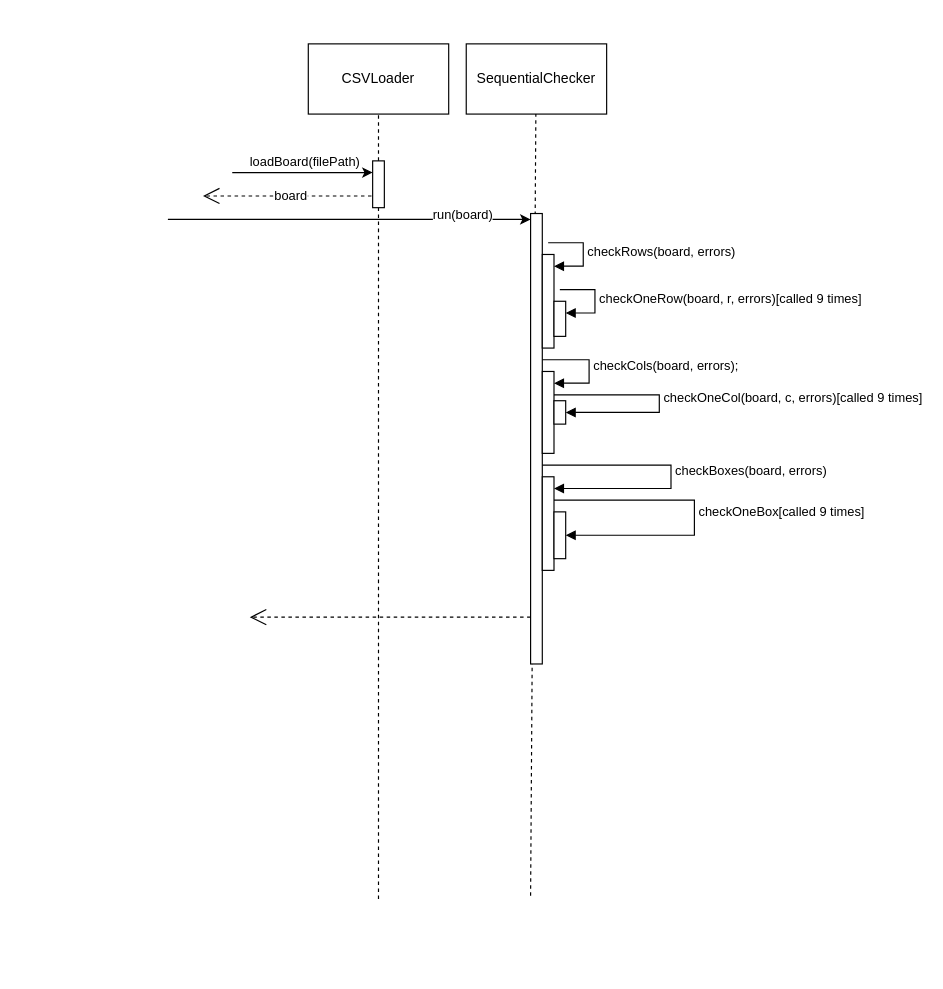
asmaa580/Lab9 keeps this draw.io diagram as mode0Sequence.drawio. Above is the earlier version. Source tidied: cells renumbered, new cells numbered last; positions are measured from the earlier drawing's top-left corner, leaving out a move shared by most shapes. Both pictures are drawn from the tidied source at 117%, with x=0, y=0 at pixel (167, 43).
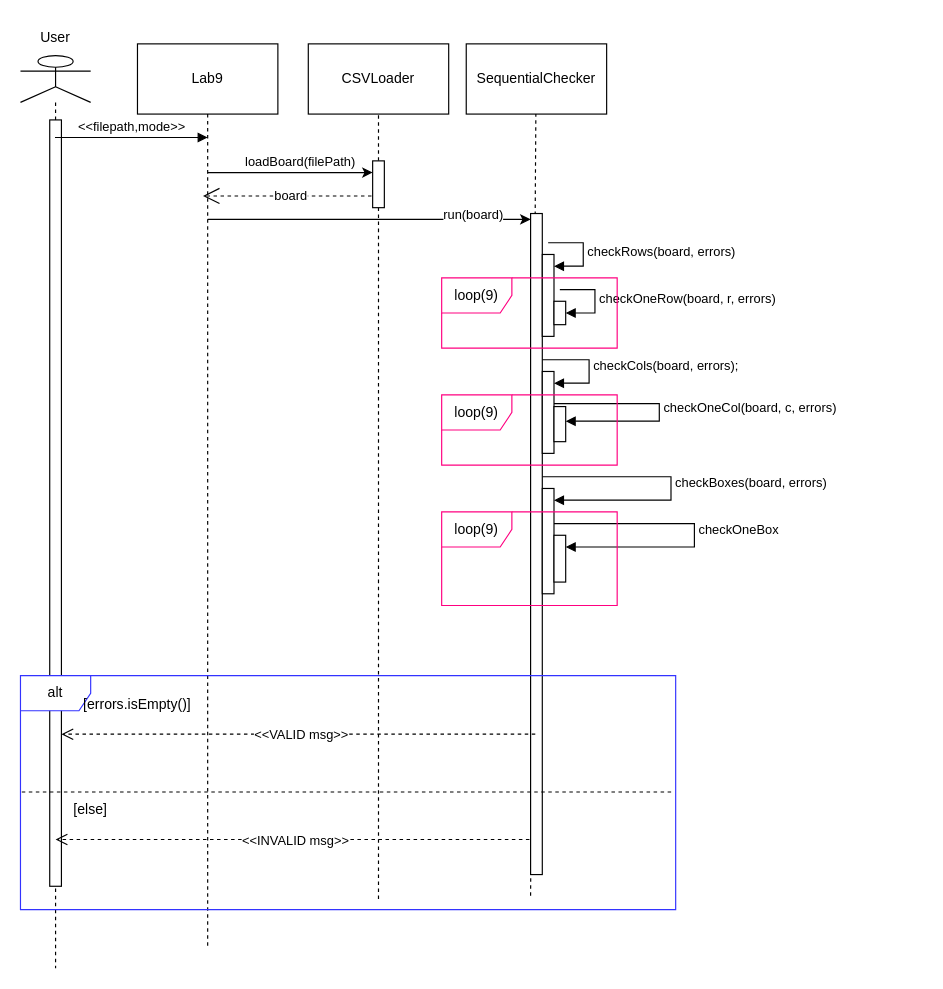
The same diagram, later.

Commit message:
modified mode0 sequence

Unchanged cells that the change refers to:
```xml
<mxCell id="18" style="html=1;points=[[0,0,0,0,5],[0,1,0,0,-5],[1,0,0,0,5],[1,1,0,0,-5]];perimeter=orthogonalPerimeter;outlineConnect=0;targetShapes=umlLifeline;portConstraint=eastwest;newEdgeStyle={&quot;curved&quot;:0,&quot;rounded&quot;:0};" parent="1" vertex="1">
  <mxGeometry x="320" y="280" width="10" height="70" as="geometry" />
</mxCell>
```

What changed in the source:
```diff
@@
     <mxCell id="4" style="endArrow=classic;html=1;rounded=0;" parent="1" edge="1">
       <mxGeometry relative="1" as="geometry">
-        <mxPoint x="55" y="110" as="sourcePoint" />
+        <mxPoint x="34" y="110" as="sourcePoint" />
         <mxPoint x="175" y="110" as="targetPoint" />
       </mxGeometry>
     </mxCell>
@@
     <mxCell id="8" style="endArrow=classic;html=1;rounded=0;" parent="1" edge="1">
       <mxGeometry relative="1" as="geometry">
-        <mxPoint y="150" as="sourcePoint" />
+        <mxPoint x="34" y="150" as="sourcePoint" />
         <mxPoint x="310" y="150" as="targetPoint" />
       </mxGeometry>
     </mxCell>
@@
     <mxCell id="13" style="html=1;points=[[0,0,0,0,5],[0,1,0,0,-5],[1,0,0,0,5],[1,1,0,0,-5]];perimeter=orthogonalPerimeter;outlineConnect=0;targetShapes=umlLifeline;portConstraint=eastwest;newEdgeStyle={&quot;curved&quot;:0,&quot;rounded&quot;:0};" parent="1" vertex="1">
-      <mxGeometry x="310" y="145" width="10" height="385" as="geometry" />
+      <mxGeometry x="310" y="145" width="10" height="565" as="geometry" />
     </mxCell>
     <mxCell id="14" style="html=1;points=[[0,0,0,0,5],[0,1,0,0,-5],[1,0,0,0,5],[1,1,0,0,-5]];perimeter=orthogonalPerimeter;outlineConnect=0;targetShapes=umlLifeline;portConstraint=eastwest;newEdgeStyle={&quot;curved&quot;:0,&quot;rounded&quot;:0};" parent="1" vertex="1">
-      <mxGeometry x="320" y="180" width="10" height="80" as="geometry" />
+      <mxGeometry x="320" y="180" width="10" height="70" as="geometry" />
     </mxCell>
@@
     <mxCell id="16" style="html=1;points=[[0,0,0,0,5],[0,1,0,0,-5],[1,0,0,0,5],[1,1,0,0,-5]];perimeter=orthogonalPerimeter;outlineConnect=0;targetShapes=umlLifeline;portConstraint=eastwest;newEdgeStyle={&quot;curved&quot;:0,&quot;rounded&quot;:0};" parent="1" vertex="1">
-      <mxGeometry x="330" y="220" width="10" height="30" as="geometry" />
+      <mxGeometry x="330" y="220" width="10" height="20" as="geometry" />
     </mxCell>
-    <mxCell id="17" value="checkOneRow(board, r, errors)[called 9 times]" style="html=1;align=left;spacingLeft=2;endArrow=block;rounded=0;edgeStyle=orthogonalEdgeStyle;curved=0;rounded=0;" parent="1" edge="1" target="16">
+    <mxCell id="17" value="checkOneRow(board, r, errors)" style="html=1;align=left;spacingLeft=2;endArrow=block;rounded=0;edgeStyle=orthogonalEdgeStyle;curved=0;rounded=0;" parent="1" edge="1" target="16">
       <mxGeometry relative="1" as="geometry">
         <mxPoint x="335" y="210" as="sourcePoint" />
         <Array as="points">
           <mxPoint x="335" y="210" />
           <mxPoint x="365" y="210" />
           <mxPoint x="365" y="230" />
         </Array>
       </mxGeometry>
     </mxCell>
@@
     <mxCell id="20" style="html=1;points=[[0,0,0,0,5],[0,1,0,0,-5],[1,0,0,0,5],[1,1,0,0,-5]];perimeter=orthogonalPerimeter;outlineConnect=0;targetShapes=umlLifeline;portConstraint=eastwest;newEdgeStyle={&quot;curved&quot;:0,&quot;rounded&quot;:0};" parent="1" vertex="1">
-      <mxGeometry x="330" y="305" width="10" height="20" as="geometry" />
+      <mxGeometry x="330" y="310" width="10" height="30" as="geometry" />
     </mxCell>
-    <mxCell id="21" value="checkOneCol(board, c, errors)[called 9 times]" style="html=1;align=left;spacingLeft=2;endArrow=block;rounded=0;edgeStyle=orthogonalEdgeStyle;curved=0;rounded=0;" parent="1" edge="1" source="18" target="20">
+    <mxCell id="21" value="checkOneCol(board, c, errors)" style="html=1;align=left;spacingLeft=2;endArrow=block;rounded=0;edgeStyle=orthogonalEdgeStyle;curved=0;rounded=0;" parent="1" edge="1">
       <mxGeometry relative="1" as="geometry">
+        <mxPoint x="330" y="307.5" as="sourcePoint" />
+        <mxPoint x="340" y="322.5" as="targetPoint" />
         <Array as="points">
-          <mxPoint x="420" y="300" />
-          <mxPoint x="420" y="315" />
+          <mxPoint x="420" y="307.5" />
+          <mxPoint x="420" y="322.5" />
         </Array>
       </mxGeometry>
     </mxCell>
     <mxCell id="22" style="html=1;points=[[0,0,0,0,5],[0,1,0,0,-5],[1,0,0,0,5],[1,1,0,0,-5]];perimeter=orthogonalPerimeter;outlineConnect=0;targetShapes=umlLifeline;portConstraint=eastwest;newEdgeStyle={&quot;curved&quot;:0,&quot;rounded&quot;:0};" parent="1" vertex="1">
-      <mxGeometry x="320" y="370" width="10" height="80" as="geometry" />
+      <mxGeometry x="320" y="380" width="10" height="90" as="geometry" />
     </mxCell>
     <mxCell id="23" value="checkBoxes(board, errors)" style="html=1;align=left;spacingLeft=2;endArrow=block;rounded=0;edgeStyle=orthogonalEdgeStyle;curved=0;rounded=0;" parent="1" edge="1" source="13" target="22">
       <mxGeometry relative="1" as="geometry">
         <Array as="points">
-          <mxPoint x="430" y="360" />
-          <mxPoint x="430" y="380" />
+          <mxPoint x="430" y="370" />
+          <mxPoint x="430" y="390" />
         </Array>
       </mxGeometry>
     </mxCell>
     <mxCell id="24" style="html=1;points=[[0,0,0,0,5],[0,1,0,0,-5],[1,0,0,0,5],[1,1,0,0,-5]];perimeter=orthogonalPerimeter;outlineConnect=0;targetShapes=umlLifeline;portConstraint=eastwest;newEdgeStyle={&quot;curved&quot;:0,&quot;rounded&quot;:0};" parent="1" vertex="1">
-      <mxGeometry x="330" y="400" width="10" height="40" as="geometry" />
+      <mxGeometry x="330" y="420" width="10" height="40" as="geometry" />
     </mxCell>
-    <mxCell id="25" value="checkOneBox[called 9 times]&amp;nbsp;" style="html=1;align=left;spacingLeft=2;endArrow=block;rounded=0;edgeStyle=orthogonalEdgeStyle;curved=0;rounded=0;" parent="1" edge="1" source="22" target="24">
+    <mxCell id="25" value="checkOneBox&amp;nbsp;" style="html=1;align=left;spacingLeft=2;endArrow=block;rounded=0;edgeStyle=orthogonalEdgeStyle;curved=0;rounded=0;" parent="1" edge="1" source="22" target="24">
       <mxGeometry relative="1" as="geometry">
         <Array as="points">
-          <mxPoint x="450" y="390" />
-          <mxPoint x="450" y="420" />
+          <mxPoint x="450" y="410" />
+          <mxPoint x="450" y="430" />
         </Array>
       </mxGeometry>
     </mxCell>
-    <mxCell id="26" style="endArrow=open;endSize=12;dashed=1;html=1;rounded=0;" parent="1" edge="1" source="13">
-      <mxGeometry relative="1" as="geometry">
-        <mxPoint x="70" y="490" as="targetPoint" />
-      </mxGeometry>
-    </mxCell>
+    <mxCell id="27" value="Lab9" style="rounded=0;whiteSpace=wrap;html=1;" parent="1" vertex="1">
+      <mxGeometry x="-26" width="120" height="60" as="geometry" />
+    </mxCell>
+    <mxCell id="28" style="shape=umlLifeline;perimeter=lifelinePerimeter;whiteSpace=wrap;html=1;outlineConnect=0;portConstraint=eastwest;newEdgeStyle={&quot;curved&quot;:0,&quot;rounded&quot;:0};participant=umlActor;" parent="1" vertex="1">
+      <mxGeometry x="-126" y="10" width="60" height="780" as="geometry" />
+    </mxCell>
+    <mxCell id="29" style="html=1;points=[[0,0,0,0,5],[0,1,0,0,-5],[1,0,0,0,5],[1,1,0,0,-5]];perimeter=orthogonalPerimeter;outlineConnect=0;targetShapes=umlLifeline;portConstraint=eastwest;newEdgeStyle={&quot;curved&quot;:0,&quot;rounded&quot;:0};" parent="28" vertex="1">
+      <mxGeometry x="25" y="55" width="10" height="655" as="geometry" />
+    </mxCell>
+    <mxCell id="30" style="endArrow=none;dashed=1;html=1;rounded=0;entryX=0.5;entryY=1;entryDx=0;entryDy=0;" parent="1" edge="1" target="27">
+      <mxGeometry relative="1" as="geometry">
+        <mxPoint x="34" y="770.9" as="sourcePoint" />
+      </mxGeometry>
+    </mxCell>
+    <mxCell id="31" value="User" style="text;html=1;whiteSpace=wrap;strokeColor=none;fillColor=none;align=center;verticalAlign=middle;rounded=0;" parent="1" vertex="1">
+      <mxGeometry x="-126" y="-20" width="60" height="30" as="geometry" />
+    </mxCell>
+    <mxCell id="32" value="&amp;lt;&amp;lt;filepath,mode&amp;gt;&amp;gt;" style="html=1;verticalAlign=bottom;endArrow=block;curved=0;rounded=0;" parent="1" edge="1" source="28">
+      <mxGeometry relative="1" as="geometry">
+        <mxPoint x="34" y="80" as="targetPoint" />
+      </mxGeometry>
+    </mxCell>
+    <mxCell id="33" value="loop(9)" style="shape=umlFrame;whiteSpace=wrap;html=1;strokeColor=#FF0080;" parent="1" vertex="1">
+      <mxGeometry x="234" y="200" width="150" height="60" as="geometry" />
+    </mxCell>
+    <mxCell id="34" value="loop(9)" style="shape=umlFrame;whiteSpace=wrap;html=1;strokeColor=#FF0080;" parent="1" vertex="1">
+      <mxGeometry x="234" y="300" width="150" height="60" as="geometry" />
+    </mxCell>
+    <mxCell id="35" value="loop(9)" style="shape=umlFrame;whiteSpace=wrap;html=1;strokeColor=#FF0080;" parent="1" vertex="1">
+      <mxGeometry x="234" y="400" width="150" height="80" as="geometry" />
+    </mxCell>
+    <mxCell id="36" value="alt" style="shape=umlFrame;whiteSpace=wrap;html=1;strokeColor=#3333FF;" parent="1" vertex="1">
+      <mxGeometry x="-126" y="540" width="560" height="200" as="geometry" />
+    </mxCell>
+    <mxCell id="37" value="[errors.isEmpty()]" style="text;html=1;whiteSpace=wrap;strokeColor=none;fillColor=none;align=center;verticalAlign=middle;rounded=0;" parent="1" vertex="1">
+      <mxGeometry x="-46" y="550" width="40" height="30" as="geometry" />
+    </mxCell>
+    <mxCell id="38" style="endArrow=none;dashed=1;html=1;rounded=0;exitX=0.002;exitY=0.497;exitDx=0;exitDy=0;exitPerimeter=0;entryX=0.996;entryY=0.497;entryDx=0;entryDy=0;entryPerimeter=0;" parent="1" edge="1" source="36" target="36">
+      <mxGeometry relative="1" as="geometry" />
+    </mxCell>
+    <mxCell id="39" value="[else]" style="text;html=1;whiteSpace=wrap;strokeColor=none;fillColor=none;align=center;verticalAlign=middle;rounded=0;" parent="1" vertex="1">
+      <mxGeometry x="-96" y="640" width="60" height="30" as="geometry" />
+    </mxCell>
+    <mxCell id="40" value="&amp;lt;&amp;lt;VALID msg&amp;gt;&amp;gt;" style="html=1;verticalAlign=bottom;endArrow=open;dashed=1;endSize=8;curved=0;rounded=0;" parent="1" edge="1" target="29">
+      <mxGeometry x="-0.01" y="10" relative="1" as="geometry">
+        <mxPoint x="314" y="590" as="sourcePoint" />
+      </mxGeometry>
+    </mxCell>
+    <mxCell id="41" value="&amp;lt;&amp;lt;INVALID msg&amp;gt;&amp;gt;" style="html=1;verticalAlign=bottom;endArrow=open;dashed=1;endSize=8;curved=0;rounded=0;" parent="1" edge="1">
+      <mxGeometry x="-0.01" y="10" relative="1" as="geometry">
+        <mxPoint x="309" y="680" as="sourcePoint" />
+        <mxPoint x="-96" y="680" as="targetPoint" />
+      </mxGeometry>
+    </mxCell>
```
